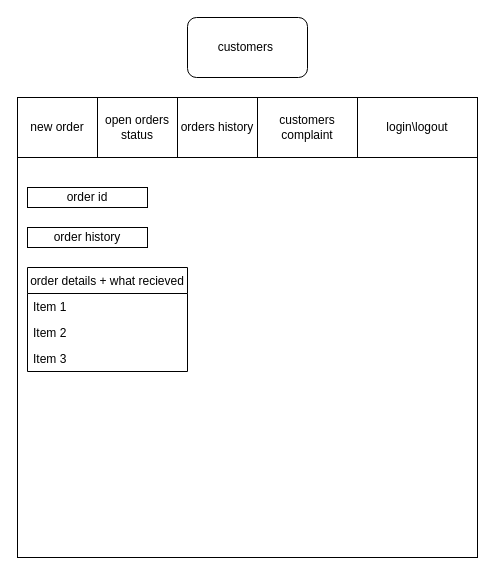
The draw.io diagram page "customer: open orders status" (4 of 14) of Untitled Diagram.drawio in orber3/bootstrap, before the edit. Source tidied: cells renumbered, new cells numbered last; positions are measured from the earlier drawing's top-left corner, leaving out a move shared by most shapes. Both pictures are drawn from the tidied source at 100%, with x=0, y=0 at pixel (17, 17).
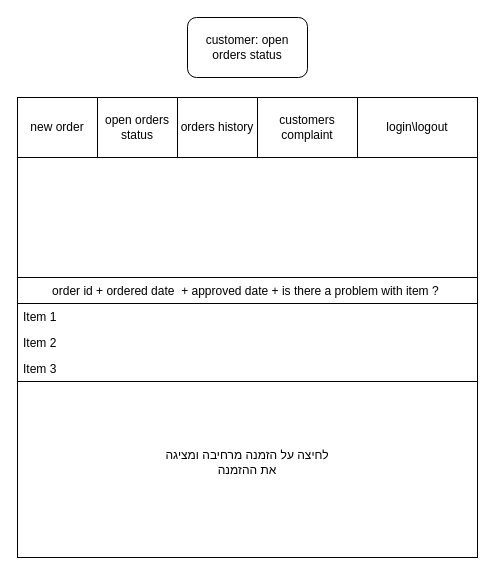
After the change.

The edit, as a diff of the source:
```diff
@@
 <mxGraphModel>
   <root>
     <mxCell id="0" />
     <mxCell id="1" parent="0" />
     <mxCell id="2" style="whiteSpace=wrap;html=1;" parent="1" vertex="1">
       <mxGeometry y="80" width="460" height="460" as="geometry" />
     </mxCell>
     <mxCell id="3" value="login\logout" style="rounded=0;whiteSpace=wrap;html=1;" parent="1" vertex="1">
       <mxGeometry x="340" y="80" width="120" height="60" as="geometry" />
     </mxCell>
     <mxCell id="4" style="rounded=0;whiteSpace=wrap;html=1;" parent="1" vertex="1">
       <mxGeometry y="80" width="340" height="60" as="geometry" />
     </mxCell>
     <mxCell id="5" value="new order" style="rounded=0;whiteSpace=wrap;html=1;" parent="1" vertex="1">
       <mxGeometry y="80" width="80" height="60" as="geometry" />
     </mxCell>
     <mxCell id="6" value="open orders status" style="rounded=0;whiteSpace=wrap;html=1;" parent="1" vertex="1">
       <mxGeometry x="80" y="80" width="80" height="60" as="geometry" />
     </mxCell>
     <mxCell id="7" value="orders history" style="rounded=0;whiteSpace=wrap;html=1;" parent="1" vertex="1">
       <mxGeometry x="160" y="80" width="80" height="60" as="geometry" />
     </mxCell>
-    <mxCell id="8" value="customers&amp;nbsp;" style="rounded=1;whiteSpace=wrap;html=1;" parent="1" vertex="1">
+    <mxCell id="8" value="customer: open orders status" style="rounded=1;whiteSpace=wrap;html=1;" parent="1" vertex="1">
       <mxGeometry x="170" width="120" height="60" as="geometry" />
     </mxCell>
     <mxCell id="9" value="customers complaint" style="rounded=0;whiteSpace=wrap;html=1;" parent="1" vertex="1">
       <mxGeometry x="240" y="80" width="100" height="60" as="geometry" />
     </mxCell>
-    <mxCell id="10" value="order id" style="rounded=1;whiteSpace=wrap;html=1;arcSize=0;" parent="1" vertex="1">
-      <mxGeometry x="10" y="170" width="120" height="20" as="geometry" />
-    </mxCell>
-    <mxCell id="11" value="order history" style="rounded=1;whiteSpace=wrap;html=1;arcSize=0;" parent="1" vertex="1">
-      <mxGeometry x="10" y="210" width="120" height="20" as="geometry" />
-    </mxCell>
-    <mxCell id="12" value="order details + what recieved" style="swimlane;fontStyle=0;horizontal=1;startSize=26;fillColor=none;" parent="1" vertex="1">
-      <mxGeometry x="10" y="250" width="160" height="104" as="geometry" />
+    <mxCell id="12" value="order id + ordered date  + approved date + is there a problem with item ? " style="swimlane;fontStyle=0;horizontal=1;startSize=26;fillColor=none;" parent="1" vertex="1">
+      <mxGeometry y="260" width="460" height="104" as="geometry" />
     </mxCell>
     <mxCell id="13" value="Item 1" style="text;strokeColor=none;fillColor=none;align=left;verticalAlign=top;spacingLeft=4;spacingRight=4;overflow=hidden;" parent="12" vertex="1">
-      <mxGeometry y="26" width="160" height="26" as="geometry" />
+      <mxGeometry y="26" width="460" height="26" as="geometry" />
     </mxCell>
     <mxCell id="14" value="Item 2" style="text;strokeColor=none;fillColor=none;align=left;verticalAlign=top;spacingLeft=4;spacingRight=4;overflow=hidden;" parent="12" vertex="1">
-      <mxGeometry y="52" width="160" height="26" as="geometry" />
+      <mxGeometry y="52" width="460" height="26" as="geometry" />
     </mxCell>
     <mxCell id="15" value="Item 3" style="text;strokeColor=none;fillColor=none;align=left;verticalAlign=top;spacingLeft=4;spacingRight=4;overflow=hidden;" parent="12" vertex="1">
-      <mxGeometry y="78" width="160" height="26" as="geometry" />
+      <mxGeometry y="78" width="460" height="26" as="geometry" />
     </mxCell>
+    <mxCell id="16" value="לחיצה על הזמנה מרחיבה ומציגה את ההזמנה" style="text;html=1;strokeColor=none;fillColor=none;align=center;verticalAlign=middle;whiteSpace=wrap;rounded=0;" parent="1" vertex="1">
+      <mxGeometry x="140" y="400" width="180" height="90" as="geometry" />
+    </mxCell>
   </root>
 </mxGraphModel>
```
